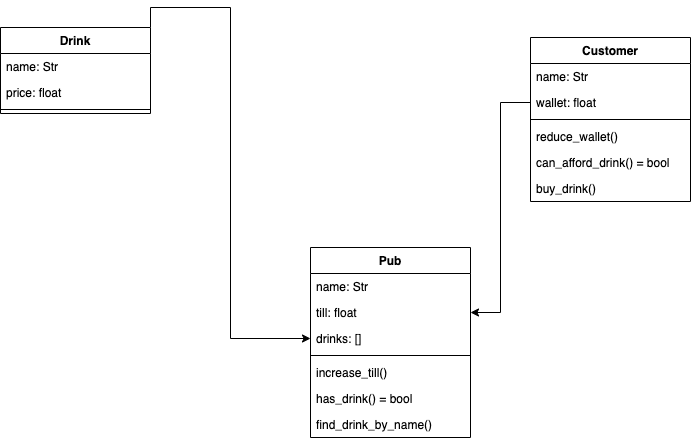
Before: Untitled.png, a diagram exported from draw.io (StuMcA/testing_lab). Source tidied: cells renumbered, new cells last; positions are measured from the earlier drawing's top-left corner, leaving out a move shared by most shapes.
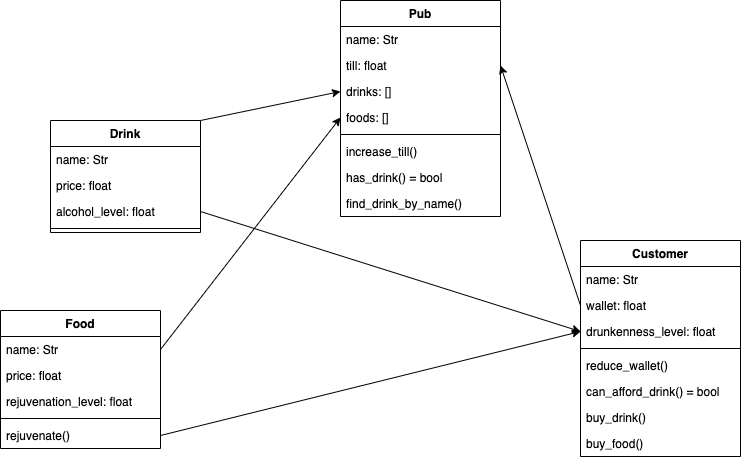
Later version of the same file.

Commit message:
food class created

What changed in the source:
```diff
@@ -2,11 +2,11 @@
   <root>
     <mxCell id="0" />
     <mxCell id="1" parent="0" />
-    <mxCell id="2" style="edgeStyle=orthogonalEdgeStyle;rounded=0;jettySize=auto;html=1;exitX=1;exitY=0;exitDx=0;exitDy=0;entryX=0;entryY=0.5;entryDx=0;entryDy=0;" parent="1" edge="1" source="3" target="10">
+    <mxCell id="2" style="rounded=0;jettySize=auto;html=1;exitX=1;exitY=0;exitDx=0;exitDy=0;entryX=0;entryY=0.5;entryDx=0;entryDy=0;" parent="1" edge="1" source="3" target="10">
       <mxGeometry relative="1" as="geometry" />
     </mxCell>
     <mxCell id="3" value="Drink" style="swimlane;fontStyle=1;align=center;verticalAlign=top;horizontal=1;startSize=26;" parent="1" vertex="1">
-      <mxGeometry width="150" height="86" as="geometry" />
+      <mxGeometry x="20" y="120" width="150" height="112" as="geometry" />
     </mxCell>
     <mxCell id="4" value="name: Str" style="text;strokeColor=none;fillColor=none;align=left;verticalAlign=top;spacingLeft=4;spacingRight=4;overflow=hidden;" parent="3" vertex="1">
       <mxGeometry y="26" width="150" height="26" as="geometry" />
@@ -14,11 +14,14 @@
     <mxCell id="5" value="price: float" style="text;strokeColor=none;fillColor=none;align=left;verticalAlign=top;spacingLeft=4;spacingRight=4;overflow=hidden;" parent="3" vertex="1">
       <mxGeometry y="52" width="150" height="26" as="geometry" />
     </mxCell>
+    <mxCell id="23" value="alcohol_level: float" style="text;strokeColor=none;fillColor=none;align=left;verticalAlign=top;spacingLeft=4;spacingRight=4;overflow=hidden;points=[[0,0.5],[1,0.5]];portConstraint=eastwest;" parent="3" vertex="1">
+      <mxGeometry y="78" width="150" height="26" as="geometry" />
+    </mxCell>
     <mxCell id="6" style="line;strokeWidth=1;fillColor=none;align=left;verticalAlign=middle;spacingTop=-1;spacingLeft=3;spacingRight=3;labelPosition=right;" parent="3" vertex="1">
-      <mxGeometry y="78" width="150" height="8" as="geometry" />
+      <mxGeometry y="104" width="150" height="8" as="geometry" />
     </mxCell>
     <mxCell id="7" value="Pub" style="swimlane;fontStyle=1;align=center;verticalAlign=top;horizontal=1;startSize=26;" parent="1" vertex="1">
-      <mxGeometry x="310" y="220" width="160" height="190" as="geometry" />
+      <mxGeometry x="310" width="160" height="216" as="geometry" />
     </mxCell>
     <mxCell id="8" value="name: Str" style="text;strokeColor=none;fillColor=none;align=left;verticalAlign=top;spacingLeft=4;spacingRight=4;overflow=hidden;" parent="7" vertex="1">
       <mxGeometry y="26" width="160" height="26" as="geometry" />
@@ -29,23 +32,26 @@
     <mxCell id="10" value="drinks: []" style="text;strokeColor=none;fillColor=none;align=left;verticalAlign=top;spacingLeft=4;spacingRight=4;overflow=hidden;points=[[0,0.5],[1,0.5]];portConstraint=eastwest;" parent="7" vertex="1">
       <mxGeometry y="78" width="160" height="26" as="geometry" />
     </mxCell>
+    <mxCell id="24" value="foods: []" style="text;strokeColor=none;fillColor=none;align=left;verticalAlign=top;spacingLeft=4;spacingRight=4;overflow=hidden;points=[[0,0.5],[1,0.5]];portConstraint=eastwest;" parent="7" vertex="1">
+      <mxGeometry y="104" width="160" height="26" as="geometry" />
+    </mxCell>
     <mxCell id="11" style="line;strokeWidth=1;fillColor=none;align=left;verticalAlign=middle;spacingTop=-1;spacingLeft=3;spacingRight=3;labelPosition=right;" parent="7" vertex="1">
-      <mxGeometry y="104" width="160" height="8" as="geometry" />
+      <mxGeometry y="130" width="160" height="8" as="geometry" />
     </mxCell>
     <mxCell id="12" value="increase_till()" style="text;strokeColor=none;fillColor=none;align=left;verticalAlign=top;spacingLeft=4;spacingRight=4;overflow=hidden;" parent="7" vertex="1">
-      <mxGeometry y="112" width="160" height="26" as="geometry" />
+      <mxGeometry y="138" width="160" height="26" as="geometry" />
     </mxCell>
     <mxCell id="13" value="has_drink() = bool" style="text;strokeColor=none;fillColor=none;align=left;verticalAlign=top;spacingLeft=4;spacingRight=4;overflow=hidden;" parent="7" vertex="1">
-      <mxGeometry y="138" width="160" height="26" as="geometry" />
+      <mxGeometry y="164" width="160" height="26" as="geometry" />
     </mxCell>
     <mxCell id="14" value="find_drink_by_name()" style="text;strokeColor=none;fillColor=none;align=left;verticalAlign=top;spacingLeft=4;spacingRight=4;overflow=hidden;" parent="7" vertex="1">
-      <mxGeometry y="164" width="160" height="26" as="geometry" />
+      <mxGeometry y="190" width="160" height="26" as="geometry" />
     </mxCell>
-    <mxCell id="15" style="edgeStyle=orthogonalEdgeStyle;rounded=0;jettySize=auto;html=1;exitX=0;exitY=0.5;exitDx=0;exitDy=0;" parent="1" edge="1" source="18" target="9">
+    <mxCell id="15" style="rounded=0;jettySize=auto;html=1;exitX=0;exitY=0.5;exitDx=0;exitDy=0;entryX=1;entryY=0.5;entryDx=0;entryDy=0;" parent="1" edge="1" source="18" target="9">
       <mxGeometry relative="1" as="geometry" />
     </mxCell>
     <mxCell id="16" value="Customer" style="swimlane;fontStyle=1;align=center;verticalAlign=top;horizontal=1;startSize=26;" parent="1" vertex="1">
-      <mxGeometry x="530" y="10" width="160" height="164" as="geometry" />
+      <mxGeometry x="550" y="240" width="160" height="216" as="geometry" />
     </mxCell>
     <mxCell id="17" value="name: Str" style="text;strokeColor=none;fillColor=none;align=left;verticalAlign=top;spacingLeft=4;spacingRight=4;overflow=hidden;" parent="16" vertex="1">
       <mxGeometry y="26" width="160" height="26" as="geometry" />
@@ -53,17 +59,50 @@
     <mxCell id="18" value="wallet: float" style="text;strokeColor=none;fillColor=none;align=left;verticalAlign=top;spacingLeft=4;spacingRight=4;overflow=hidden;points=[[0,0.5],[1,0.5]];portConstraint=eastwest;" parent="16" vertex="1">
       <mxGeometry y="52" width="160" height="26" as="geometry" />
     </mxCell>
+    <mxCell id="25" value="drunkenness_level: float" style="text;strokeColor=none;fillColor=none;align=left;verticalAlign=top;spacingLeft=4;spacingRight=4;overflow=hidden;points=[[0,0.5],[1,0.5]];portConstraint=eastwest;" parent="16" vertex="1">
+      <mxGeometry y="78" width="160" height="26" as="geometry" />
+    </mxCell>
     <mxCell id="19" style="line;strokeWidth=1;fillColor=none;align=left;verticalAlign=middle;spacingTop=-1;spacingLeft=3;spacingRight=3;labelPosition=right;" parent="16" vertex="1">
-      <mxGeometry y="78" width="160" height="8" as="geometry" />
+      <mxGeometry y="104" width="160" height="8" as="geometry" />
     </mxCell>
     <mxCell id="20" value="reduce_wallet()" style="text;strokeColor=none;fillColor=none;align=left;verticalAlign=top;spacingLeft=4;spacingRight=4;overflow=hidden;" parent="16" vertex="1">
-      <mxGeometry y="86" width="160" height="26" as="geometry" />
+      <mxGeometry y="112" width="160" height="26" as="geometry" />
     </mxCell>
     <mxCell id="21" value="can_afford_drink() = bool" style="text;strokeColor=none;fillColor=none;align=left;verticalAlign=top;spacingLeft=4;spacingRight=4;overflow=hidden;" parent="16" vertex="1">
-      <mxGeometry y="112" width="160" height="26" as="geometry" />
+      <mxGeometry y="138" width="160" height="26" as="geometry" />
     </mxCell>
     <mxCell id="22" value="buy_drink()" style="text;strokeColor=none;fillColor=none;align=left;verticalAlign=top;spacingLeft=4;spacingRight=4;overflow=hidden;" parent="16" vertex="1">
-      <mxGeometry y="138" width="160" height="26" as="geometry" />
+      <mxGeometry y="164" width="160" height="26" as="geometry" />
     </mxCell>
+    <mxCell id="26" value="buy_food()" style="text;strokeColor=none;fillColor=none;align=left;verticalAlign=top;spacingLeft=4;spacingRight=4;overflow=hidden;" parent="16" vertex="1">
+      <mxGeometry y="190" width="160" height="26" as="geometry" />
+    </mxCell>
+    <mxCell id="27" value="Food" style="swimlane;fontStyle=1;align=center;verticalAlign=top;horizontal=1;startSize=26;" parent="1" vertex="1">
+      <mxGeometry x="-30" y="310" width="160" height="138" as="geometry" />
+    </mxCell>
+    <mxCell id="28" value="name: Str" style="text;strokeColor=none;fillColor=none;align=left;verticalAlign=top;spacingLeft=4;spacingRight=4;overflow=hidden;points=[[0,0.5],[1,0.5]];portConstraint=eastwest;" parent="27" vertex="1">
+      <mxGeometry y="26" width="160" height="26" as="geometry" />
+    </mxCell>
+    <mxCell id="29" value="price: float" style="text;strokeColor=none;fillColor=none;align=left;verticalAlign=top;spacingLeft=4;spacingRight=4;overflow=hidden;" parent="27" vertex="1">
+      <mxGeometry y="52" width="160" height="26" as="geometry" />
+    </mxCell>
+    <mxCell id="30" value="rejuvenation_level: float" style="text;strokeColor=none;fillColor=none;align=left;verticalAlign=top;spacingLeft=4;spacingRight=4;overflow=hidden;" parent="27" vertex="1">
+      <mxGeometry y="78" width="160" height="26" as="geometry" />
+    </mxCell>
+    <mxCell id="31" style="line;strokeWidth=1;fillColor=none;align=left;verticalAlign=middle;spacingTop=-1;spacingLeft=3;spacingRight=3;labelPosition=right;" parent="27" vertex="1">
+      <mxGeometry y="104" width="160" height="8" as="geometry" />
+    </mxCell>
+    <mxCell id="32" value="rejuvenate()" style="text;strokeColor=none;fillColor=none;align=left;verticalAlign=top;spacingLeft=4;spacingRight=4;overflow=hidden;points=[[0,0.5],[1,0.5]];portConstraint=eastwest;" parent="27" vertex="1">
+      <mxGeometry y="112" width="160" height="26" as="geometry" />
+    </mxCell>
+    <mxCell id="33" style="rounded=0;jettySize=auto;html=1;exitX=1;exitY=0.5;exitDx=0;exitDy=0;entryX=0;entryY=0.5;entryDx=0;entryDy=0;" parent="1" edge="1" source="28" target="24">
+      <mxGeometry relative="1" as="geometry" />
+    </mxCell>
+    <mxCell id="34" style="rounded=0;jettySize=auto;html=1;exitX=1;exitY=0.5;exitDx=0;exitDy=0;entryX=0;entryY=0.5;entryDx=0;entryDy=0;" parent="1" edge="1" source="32" target="25">
+      <mxGeometry relative="1" as="geometry" />
+    </mxCell>
+    <mxCell id="35" style="rounded=0;jettySize=auto;html=1;exitX=1;exitY=0.5;exitDx=0;exitDy=0;entryX=0;entryY=0.5;entryDx=0;entryDy=0;" parent="1" edge="1" source="23" target="25">
+      <mxGeometry relative="1" as="geometry" />
+    </mxCell>
   </root>
 </mxGraphModel>
```
